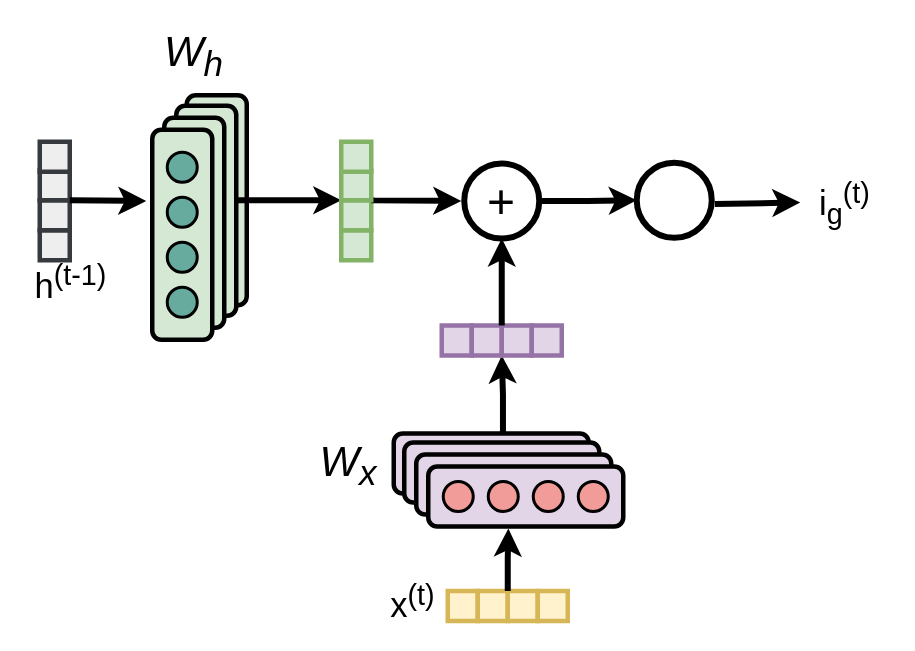
viniciusrpb/drawio_flowcharts keeps this draw.io diagram as lstm_inputgate.drawio. Above is the earlier version. Source tidied: cells renumbered, new cells numbered last; positions are measured from the earlier drawing's top-left corner, leaving out a move shared by most shapes. Both pictures are drawn from the tidied source at 150%, with x=0, y=0 at pixel (26, 33).
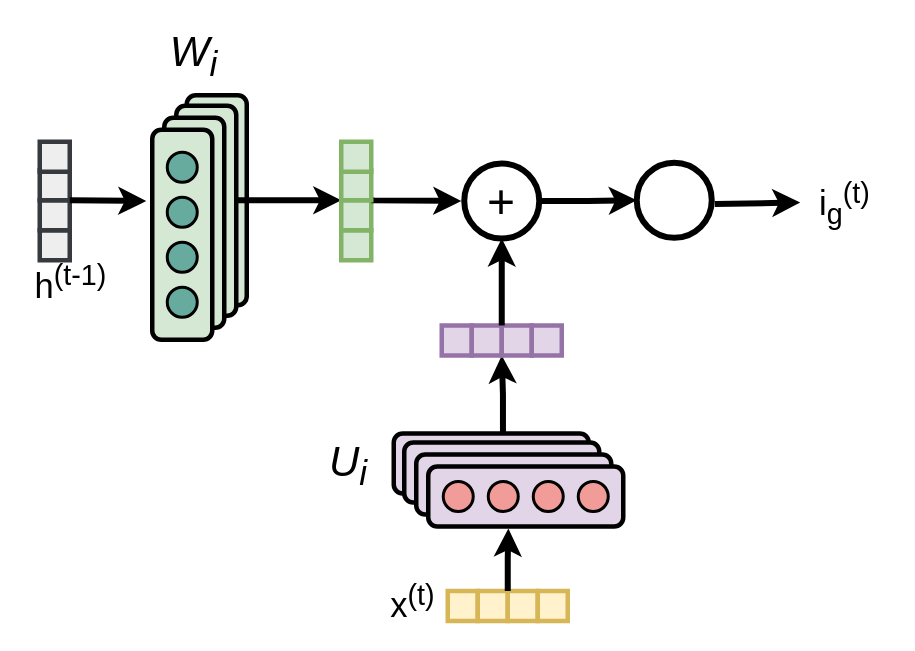
After the change.

Diff of the diagram source:
```diff
@@
-    <mxCell id="14" value="W&lt;sub&gt;x&lt;/sub&gt;" style="text;html=1;align=center;verticalAlign=middle;whiteSpace=wrap;rounded=0;fontSize=28;fontStyle=2;" parent="1" vertex="1">
+    <mxCell id="14" value="U&lt;sub&gt;i&lt;/sub&gt;" style="text;html=1;align=center;verticalAlign=middle;whiteSpace=wrap;rounded=0;fontSize=28;fontStyle=2;" parent="1" vertex="1">
       <mxGeometry x="185" y="272.5" width="60" height="30" as="geometry" />
     </mxCell>
@@
-    <mxCell id="29" value="W&lt;sub&gt;h&lt;/sub&gt;" style="text;html=1;align=center;verticalAlign=middle;whiteSpace=wrap;rounded=0;fontSize=28;fontStyle=2;" parent="1" vertex="1">
+    <mxCell id="29" value="W&lt;sub&gt;i&lt;/sub&gt;" style="text;html=1;align=center;verticalAlign=middle;whiteSpace=wrap;rounded=0;fontSize=28;fontStyle=2;" parent="1" vertex="1">
       <mxGeometry x="82" width="60" height="30" as="geometry" />
     </mxCell>
```
